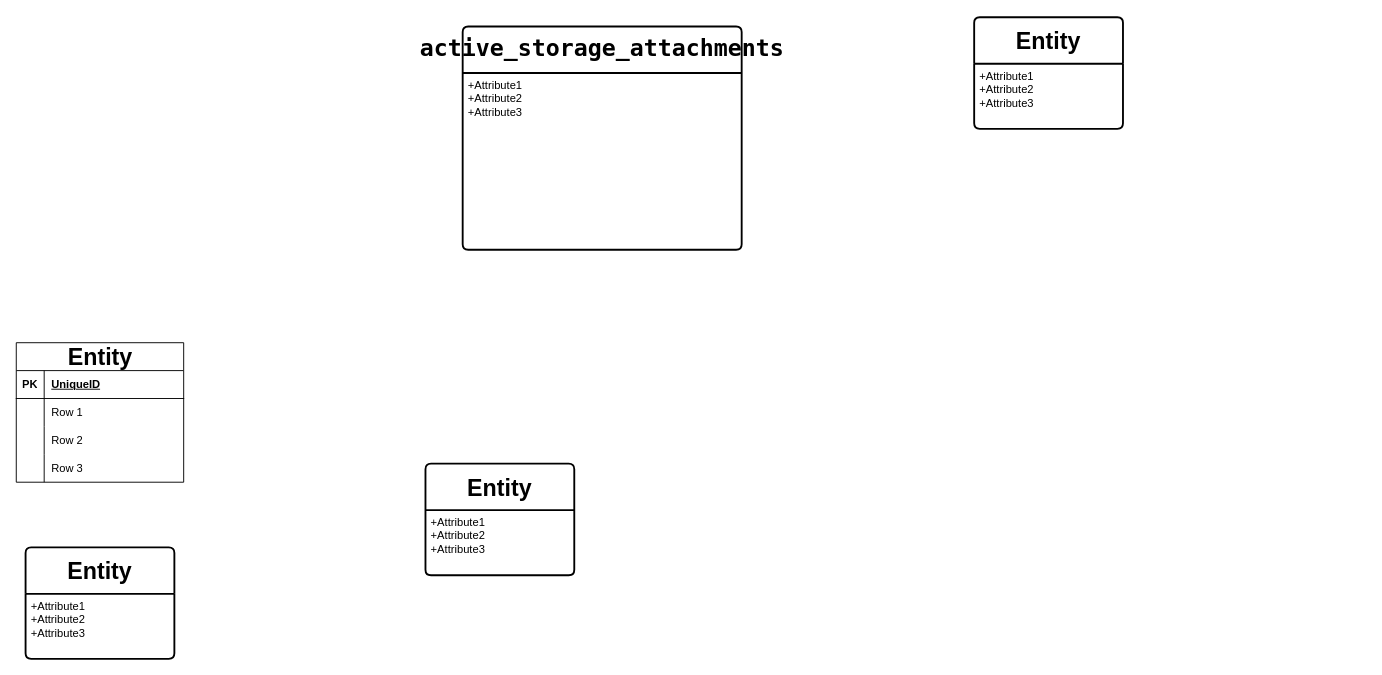
Above: 名称未設定ファイル.drawio in taka-thor/til (draw.io), before the change. Source tidied: cells renumbered, new cells numbered last; positions are measured from the earlier drawing's top-left corner, leaving out a move shared by most shapes. Both pictures are drawn from the tidied source at 93%, with x=0, y=0 at pixel (16, 17).
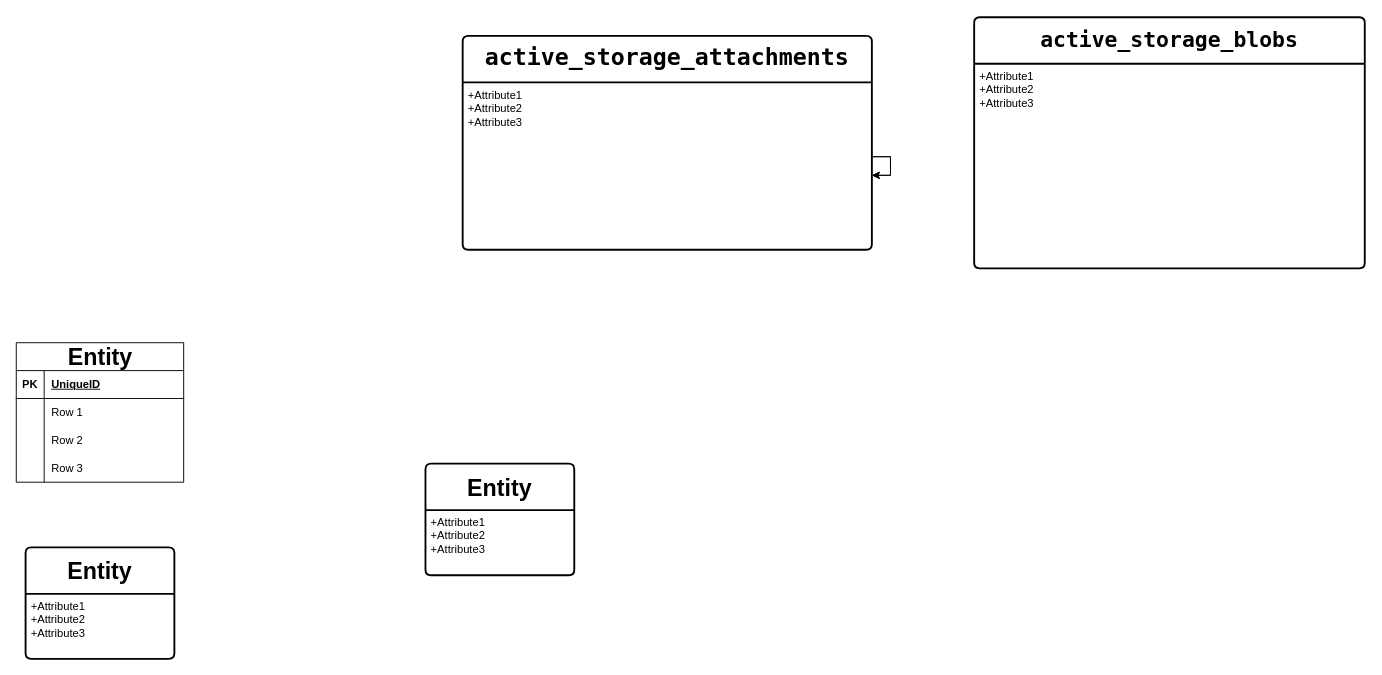
The same page after the edit.

Commit message (it also covers changes not shown here):
名称未設定ファイル.drawio を更新します

Diff of the diagram source:
```diff
@@
     <mxCell id="17" value="&lt;div style=&quot;font-family: Menlo, Monaco, &amp;quot;Courier New&amp;quot;, monospace; line-height: 18px; white-space: pre;&quot;&gt;&lt;font style=&quot;color: rgb(0, 0, 0); font-size: 25px;&quot;&gt;&lt;b&gt;active_storage_attachments&lt;/b&gt;&lt;/font&gt;&lt;/div&gt;" style="swimlane;horizontal=1;startSize=50;rounded=1;fontSize=14;fontStyle=0;strokeWidth=2;shadow=0;dashed=0;align=center;arcSize=4;whiteSpace=wrap;html=1;" parent="1" vertex="1">
-      <mxGeometry x="480" y="10" width="300" height="240" as="geometry" />
+      <mxGeometry x="480" y="20" width="440" height="230" as="geometry" />
     </mxCell>
     <mxCell id="18" value="+Attribute1&#10;+Attribute2&#10;+Attribute3" style="align=left;strokeColor=none;fillColor=none;spacingLeft=4;spacingRight=4;fontSize=12;verticalAlign=top;html=1;whiteSpace=wrap;" parent="17" vertex="1">
-      <mxGeometry y="50" width="300" height="190" as="geometry" />
+      <mxGeometry y="50" width="440" height="180" as="geometry" />
     </mxCell>
+    <mxCell id="23" style="edgeStyle=orthogonalEdgeStyle;rounded=0;orthogonalLoop=1;jettySize=auto;html=1;" parent="17" edge="1" source="18" target="18">
+      <mxGeometry relative="1" as="geometry" />
+    </mxCell>
+    <mxCell id="24" style="edgeStyle=orthogonalEdgeStyle;rounded=0;orthogonalLoop=1;jettySize=auto;html=1;" parent="17" edge="1" source="18" target="18">
+      <mxGeometry relative="1" as="geometry" />
+    </mxCell>
@@
-    <mxCell id="21" value="&lt;b style=&quot;font-size: 25px;&quot;&gt;Entity&lt;/b&gt;" style="swimlane;horizontal=1;startSize=50;rounded=1;fontSize=14;fontStyle=0;strokeWidth=2;shadow=0;dashed=0;align=center;arcSize=4;whiteSpace=wrap;html=1;" parent="1" vertex="1">
-      <mxGeometry x="1030" width="160" height="120" as="geometry" />
+    <mxCell id="21" value="&lt;div style=&quot;font-family: Menlo, Monaco, &amp;quot;Courier New&amp;quot;, monospace; line-height: 18px; white-space: pre;&quot;&gt;&lt;span&gt;&lt;font style=&quot;color: rgb(0, 0, 0); font-size: 23px;&quot;&gt;&lt;b&gt;active_storage_blobs&lt;/b&gt;&lt;/font&gt;&lt;/span&gt;&lt;/div&gt;" style="swimlane;horizontal=1;startSize=50;rounded=1;fontSize=14;fontStyle=0;strokeWidth=2;shadow=0;dashed=0;align=center;arcSize=4;whiteSpace=wrap;html=1;" parent="1" vertex="1">
+      <mxGeometry x="1030" width="420" height="270" as="geometry" />
     </mxCell>
     <mxCell id="22" value="+Attribute1&#10;+Attribute2&#10;+Attribute3" style="align=left;strokeColor=none;fillColor=none;spacingLeft=4;spacingRight=4;fontSize=12;verticalAlign=top;html=1;whiteSpace=wrap;" parent="21" vertex="1">
-      <mxGeometry y="50" width="160" height="70" as="geometry" />
+      <mxGeometry y="50" width="420" height="220" as="geometry" />
     </mxCell>
```
